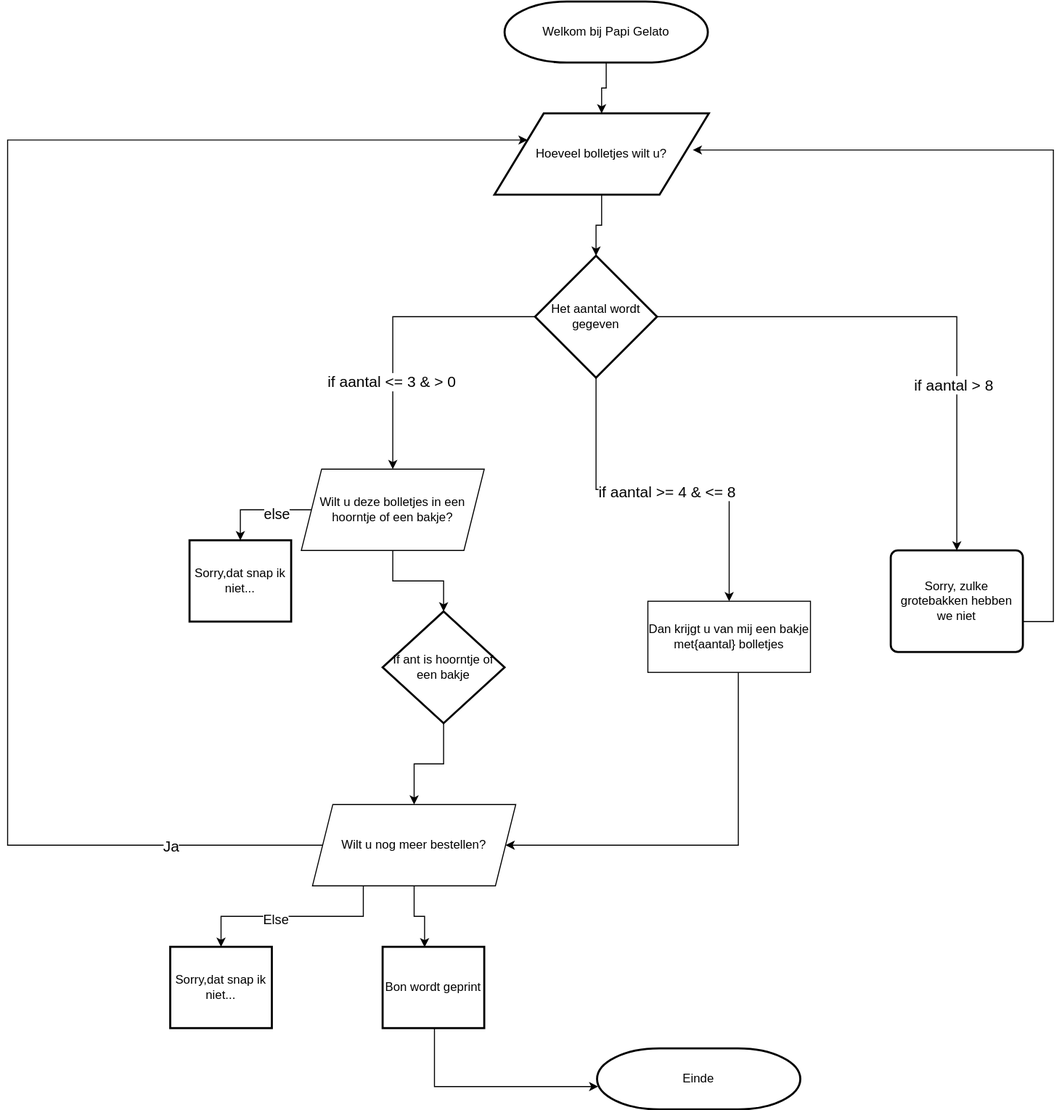
Above: Module_05/Proef A - Een DRY ijssalon/Papi-Gelato-flowcart.drawio.svg in Daryii/leren-programmeren (draw.io), before the change. Source tidied: cells renumbered, new cells last; positions are measured from the earlier drawing's top-left corner, leaving out a move shared by most shapes.
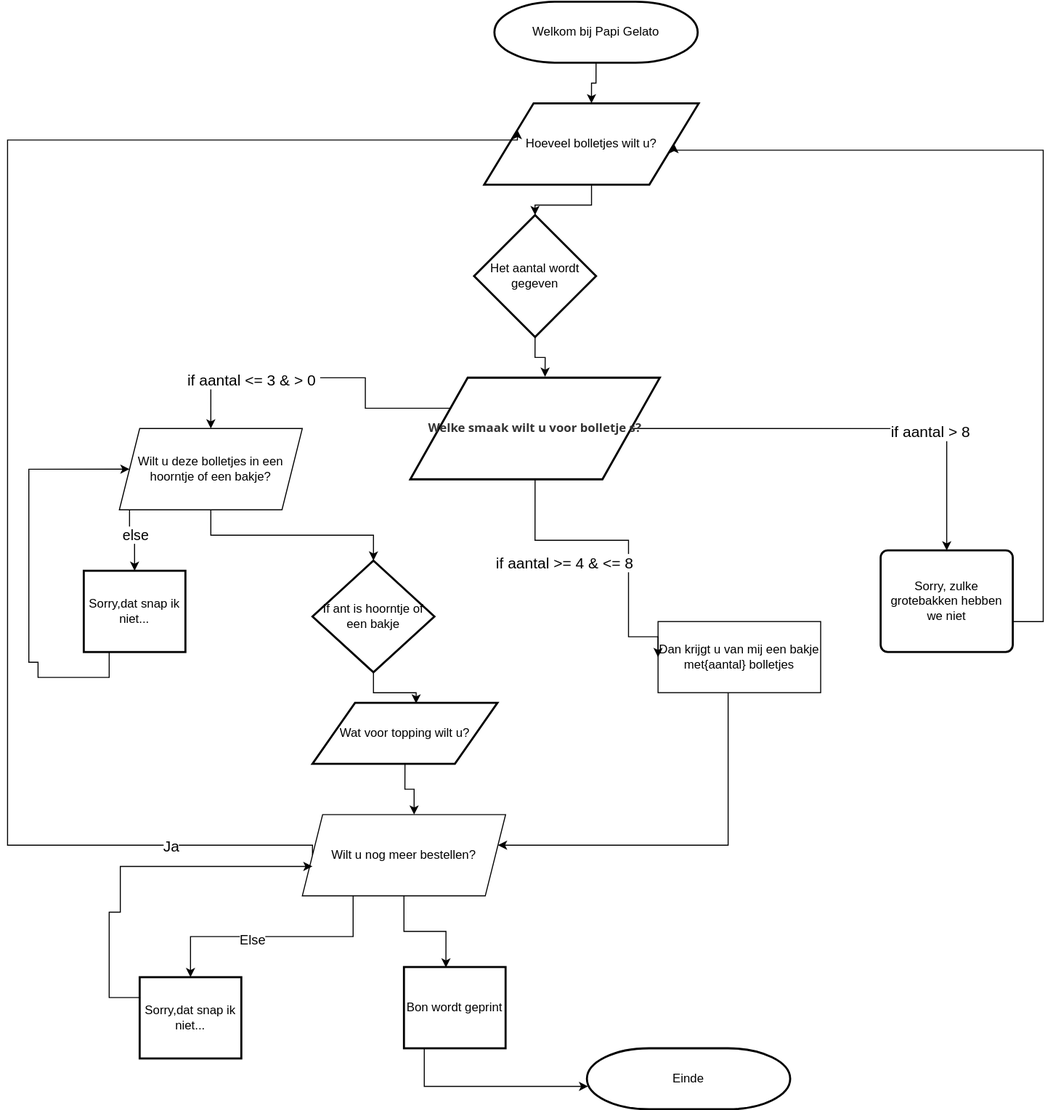
After the change.

Commit message:
pushing new flowcart

Change to the diagram source:
```diff
@@ -6,28 +6,41 @@
       <mxGeometry relative="1" as="geometry" />
     </mxCell>
     <mxCell id="3" value="Welkom bij Papi Gelato" style="strokeWidth=2;html=1;shape=mxgraph.flowchart.terminator;whiteSpace=wrap;rounded=0;" parent="1" vertex="1">
-      <mxGeometry x="489" width="200" height="60" as="geometry" />
+      <mxGeometry x="438.9" y="-430" width="200" height="60" as="geometry" />
     </mxCell>
     <mxCell id="4" style="edgeStyle=orthogonalEdgeStyle;rounded=0;jettySize=auto;html=1;entryX=0.5;entryY=0;entryDx=0;entryDy=0;" parent="1" edge="1" source="5" target="27">
       <mxGeometry relative="1" as="geometry" />
     </mxCell>
     <mxCell id="5" value="Hoeveel bolletjes wilt u?" style="shape=parallelogram;html=1;strokeWidth=2;perimeter=parallelogramPerimeter;whiteSpace=wrap;rounded=0;arcSize=12;size=0.23;" parent="1" vertex="1">
-      <mxGeometry x="479" y="110" width="211" height="80" as="geometry" />
+      <mxGeometry x="428.9" y="-330" width="211" height="80" as="geometry" />
     </mxCell>
     <mxCell id="6" style="edgeStyle=orthogonalEdgeStyle;rounded=0;jettySize=auto;html=1;exitX=0;exitY=0.5;exitDx=0;exitDy=0;entryX=0.5;entryY=0;entryDx=0;entryDy=0;" parent="1" edge="1" source="10" target="8">
       <mxGeometry relative="1" as="geometry" />
     </mxCell>
     <mxCell id="7" value="else" style="edgeLabel;html=1;align=center;verticalAlign=middle;rounded=0;fontSize=14;" parent="6" vertex="1">
-      <mxGeometry x="-0.3" y="4" relative="1" as="geometry" />
+      <mxGeometry x="-0.3" y="4" relative="1" as="geometry">
+        <mxPoint x="1" y="28" as="offset" />
+      </mxGeometry>
     </mxCell>
+    <mxCell id="34" style="edgeStyle=orthogonalEdgeStyle;rounded=0;jettySize=auto;html=1;exitX=0.5;exitY=1;exitDx=0;exitDy=0;entryX=0;entryY=0.5;entryDx=0;entryDy=0;" parent="1" edge="1" source="8" target="10">
+      <mxGeometry relative="1" as="geometry">
+        <Array as="points">
+          <mxPoint x="59.9" y="235" />
+          <mxPoint x="-10.1" y="235" />
+          <mxPoint x="-10.1" y="220" />
+          <mxPoint x="-19.1" y="220" />
+          <mxPoint x="-19.1" y="30" />
+        </Array>
+      </mxGeometry>
+    </mxCell>
     <mxCell id="8" value="Sorry,dat snap ik niet..." style="rounded=0;whiteSpace=wrap;html=1;absoluteArcSize=1;arcSize=14;strokeWidth=2;" parent="1" vertex="1">
-      <mxGeometry x="179" y="530" width="100" height="80" as="geometry" />
+      <mxGeometry x="34.9" y="130" width="100" height="80" as="geometry" />
     </mxCell>
     <mxCell id="9" style="edgeStyle=orthogonalEdgeStyle;rounded=0;jettySize=auto;html=1;exitX=0.5;exitY=1;exitDx=0;exitDy=0;entryX=0.5;entryY=0;entryDx=0;entryDy=0;entryPerimeter=0;" parent="1" edge="1" source="10" target="29">
       <mxGeometry relative="1" as="geometry" />
     </mxCell>
     <mxCell id="10" value="Wilt u deze bolletjes in een hoorntje of een bakje?" style="shape=parallelogram;perimeter=parallelogramPerimeter;whiteSpace=wrap;html=1;fixedSize=1;" parent="1" vertex="1">
-      <mxGeometry x="289" y="460" width="180" height="80" as="geometry" />
+      <mxGeometry x="69.9" y="-10" width="180" height="80" as="geometry" />
     </mxCell>
     <mxCell id="11" style="edgeStyle=orthogonalEdgeStyle;rounded=0;jettySize=auto;html=1;exitX=0.25;exitY=1;exitDx=0;exitDy=0;" parent="1" edge="1" source="16" target="18">
       <mxGeometry relative="1" as="geometry" />
@@ -38,8 +51,10 @@
     <mxCell id="13" style="edgeStyle=orthogonalEdgeStyle;rounded=0;jettySize=auto;html=1;exitX=0;exitY=0.5;exitDx=0;exitDy=0;entryX=0;entryY=0.25;entryDx=0;entryDy=0;" parent="1" edge="1" source="16" target="5">
       <mxGeometry relative="1" as="geometry">
         <Array as="points">
-          <mxPoint y="830" />
-          <mxPoint y="136" />
+          <mxPoint x="259.9" y="400" />
+          <mxPoint x="-40.1" y="400" />
+          <mxPoint x="-40.1" y="-294" />
+          <mxPoint x="461.9" y="-294" />
         </Array>
       </mxGeometry>
     </mxCell>
@@ -50,76 +65,113 @@
       <mxGeometry relative="1" as="geometry" />
     </mxCell>
     <mxCell id="16" value="Wilt u nog meer bestellen?" style="shape=parallelogram;perimeter=parallelogramPerimeter;whiteSpace=wrap;html=1;fixedSize=1;" parent="1" vertex="1">
-      <mxGeometry x="300" y="790" width="200" height="80" as="geometry" />
+      <mxGeometry x="249.9" y="370" width="200" height="80" as="geometry" />
     </mxCell>
     <mxCell id="17" value="Einde" style="strokeWidth=2;html=1;shape=mxgraph.flowchart.terminator;whiteSpace=wrap;rounded=0;" parent="1" vertex="1">
-      <mxGeometry x="580" y="1030" width="200" height="60" as="geometry" />
+      <mxGeometry x="529.9" y="600" width="200" height="60" as="geometry" />
     </mxCell>
+    <mxCell id="35" style="edgeStyle=orthogonalEdgeStyle;rounded=0;jettySize=auto;html=1;exitX=0;exitY=0.5;exitDx=0;exitDy=0;" parent="1" edge="1" source="18">
+      <mxGeometry relative="1" as="geometry">
+        <mxPoint x="259.9" y="421" as="targetPoint" />
+        <Array as="points">
+          <mxPoint x="59.9" y="550" />
+          <mxPoint x="59.9" y="466" />
+          <mxPoint x="70.9" y="466" />
+          <mxPoint x="70.9" y="421" />
+        </Array>
+      </mxGeometry>
+    </mxCell>
     <mxCell id="18" value="Sorry,dat snap ik niet..." style="rounded=0;whiteSpace=wrap;html=1;absoluteArcSize=1;arcSize=14;strokeWidth=2;" parent="1" vertex="1">
-      <mxGeometry x="160" y="930" width="100" height="80" as="geometry" />
+      <mxGeometry x="89.9" y="530" width="100" height="80" as="geometry" />
     </mxCell>
-    <mxCell id="19" style="edgeStyle=orthogonalEdgeStyle;rounded=0;jettySize=auto;html=1;entryX=0.925;entryY=0.45;entryDx=0;entryDy=0;entryPerimeter=0;" parent="1" edge="1" source="20" target="5">
+    <mxCell id="19" style="edgeStyle=orthogonalEdgeStyle;rounded=0;jettySize=auto;html=1;entryX=1;entryY=0.5;entryDx=0;entryDy=0;" parent="1" edge="1" source="20" target="5">
       <mxGeometry relative="1" as="geometry">
         <Array as="points">
-          <mxPoint x="1029" y="610" />
-          <mxPoint x="1029" y="146" />
+          <mxPoint x="978.9" y="180" />
+          <mxPoint x="978.9" y="-284" />
+          <mxPoint x="615.9" y="-284" />
         </Array>
       </mxGeometry>
     </mxCell>
     <mxCell id="20" value="Sorry,&amp;nbsp;zulke grotebakken hebben we niet" style="rounded=1;whiteSpace=wrap;html=1;absoluteArcSize=1;arcSize=14;strokeWidth=2;" parent="1" vertex="1">
-      <mxGeometry x="869" y="540" width="130" height="100" as="geometry" />
+      <mxGeometry x="818.9" y="110" width="130" height="100" as="geometry" />
     </mxCell>
-    <mxCell id="21" style="edgeStyle=orthogonalEdgeStyle;rounded=0;jettySize=auto;html=1;entryX=0.5;entryY=0;entryDx=0;entryDy=0;" parent="1" edge="1" source="27" target="31">
-      <mxGeometry relative="1" as="geometry" />
-    </mxCell>
-    <mxCell id="22" value="if aantal &amp;gt;= 4 &amp;amp; &amp;lt;= 8&amp;nbsp;" style="edgeLabel;html=1;align=center;verticalAlign=middle;fontSize=15;" parent="21" vertex="1">
-      <mxGeometry x="-0.4" y="-1" relative="1" as="geometry">
-        <mxPoint x="72" y="5" as="offset" />
-      </mxGeometry>
-    </mxCell>
-    <mxCell id="23" style="edgeStyle=orthogonalEdgeStyle;rounded=0;jettySize=auto;html=1;exitX=1;exitY=0.5;exitDx=0;exitDy=0;entryX=0.5;entryY=0;entryDx=0;entryDy=0;" parent="1" edge="1" source="27" target="20">
+    <mxCell id="23" style="edgeStyle=orthogonalEdgeStyle;rounded=0;jettySize=auto;html=1;entryX=0.5;entryY=0;entryDx=0;entryDy=0;exitX=1;exitY=0.5;exitDx=0;exitDy=0;" parent="1" edge="1" source="38" target="20">
       <mxGeometry relative="1" as="geometry" />
     </mxCell>
     <mxCell id="24" value="&lt;font style=&quot;font-size: 15px;&quot;&gt;if aantal &amp;gt; 8&amp;nbsp;&lt;/font&gt;" style="edgeLabel;html=1;align=center;verticalAlign=middle;" parent="23" vertex="1">
       <mxGeometry x="0.38" y="-2" relative="1" as="geometry" />
     </mxCell>
-    <mxCell id="25" style="edgeStyle=orthogonalEdgeStyle;rounded=0;jettySize=auto;html=1;exitX=0;exitY=0.5;exitDx=0;exitDy=0;entryX=0.5;entryY=0;entryDx=0;entryDy=0;" parent="1" edge="1" source="27" target="10">
-      <mxGeometry relative="1" as="geometry" />
+    <mxCell id="25" style="edgeStyle=orthogonalEdgeStyle;rounded=0;jettySize=auto;html=1;entryX=0.5;entryY=0;entryDx=0;entryDy=0;" parent="1" edge="1" source="38" target="10">
+      <mxGeometry relative="1" as="geometry">
+        <Array as="points">
+          <mxPoint x="311.9" y="-30" />
+          <mxPoint x="311.9" y="-60" />
+          <mxPoint x="159.9" y="-60" />
+        </Array>
+      </mxGeometry>
     </mxCell>
     <mxCell id="26" value="&lt;font style=&quot;font-size: 15px;&quot;&gt;if aantal &amp;lt;= 3 &amp;amp; &amp;gt; 0&amp;nbsp;&lt;/font&gt;" style="edgeLabel;html=1;align=center;verticalAlign=middle;" parent="25" vertex="1">
       <mxGeometry x="0.39" relative="1" as="geometry">
-        <mxPoint y="1" as="offset" />
+        <mxPoint x="-4" y="1" as="offset" />
       </mxGeometry>
     </mxCell>
+    <mxCell id="36" style="edgeStyle=orthogonalEdgeStyle;rounded=0;jettySize=auto;html=1;exitX=0.5;exitY=1;exitDx=0;exitDy=0;entryX=0.54;entryY=-0.009;entryDx=0;entryDy=0;entryPerimeter=0;" parent="1" edge="1" source="27" target="38">
+      <mxGeometry relative="1" as="geometry" />
+    </mxCell>
     <mxCell id="27" value="Het aantal wordt gegeven" style="rhombus;whiteSpace=wrap;html=1;strokeWidth=2;rounded=0;arcSize=12;" parent="1" vertex="1">
-      <mxGeometry x="519" y="250" width="120" height="120" as="geometry" />
+      <mxGeometry x="418.9" y="-220" width="120" height="120" as="geometry" />
     </mxCell>
-    <mxCell id="28" style="edgeStyle=orthogonalEdgeStyle;rounded=0;jettySize=auto;html=1;exitX=0.5;exitY=1;exitDx=0;exitDy=0;exitPerimeter=0;entryX=0.5;entryY=0;entryDx=0;entryDy=0;" parent="1" edge="1" source="29" target="16">
-      <mxGeometry relative="1" as="geometry" />
-    </mxCell>
+    <mxCell id="37" style="edgeStyle=orthogonalEdgeStyle;rounded=0;jettySize=auto;html=1;exitX=0.5;exitY=1;exitDx=0;exitDy=0;exitPerimeter=0;entryX=0.56;entryY=0.011;entryDx=0;entryDy=0;entryPerimeter=0;" parent="1" edge="1" source="29" target="41">
+      <mxGeometry relative="1" as="geometry" />
+    </mxCell>
     <mxCell id="29" value="If ant is hoorntje of een bakje" style="strokeWidth=2;html=1;shape=mxgraph.flowchart.decision;whiteSpace=wrap;" parent="1" vertex="1">
-      <mxGeometry x="369" y="600" width="120" height="110" as="geometry" />
+      <mxGeometry x="259.9" y="120" width="120" height="110" as="geometry" />
     </mxCell>
     <mxCell id="30" style="edgeStyle=orthogonalEdgeStyle;rounded=0;jettySize=auto;html=1;" parent="1" edge="1" source="31" target="16">
       <mxGeometry relative="1" as="geometry">
         <Array as="points">
-          <mxPoint x="719" y="830" />
+          <mxPoint x="668.9" y="400" />
         </Array>
       </mxGeometry>
     </mxCell>
     <mxCell id="31" value="Dan krijgt u van mij een bakje met{aantal} bolletjes" style="rounded=0;whiteSpace=wrap;html=1;" parent="1" vertex="1">
-      <mxGeometry x="630" y="590" width="160" height="70" as="geometry" />
+      <mxGeometry x="599.9" y="180" width="160" height="70" as="geometry" />
     </mxCell>
     <mxCell id="32" style="edgeStyle=orthogonalEdgeStyle;rounded=0;jettySize=auto;html=1;exitX=0.5;exitY=1;exitDx=0;exitDy=0;entryX=0.006;entryY=0.625;entryDx=0;entryDy=0;entryPerimeter=0;" parent="1" edge="1" source="33" target="17">
       <mxGeometry relative="1" as="geometry">
         <Array as="points">
-          <mxPoint x="420" y="1010" />
-          <mxPoint x="420" y="1068" />
+          <mxPoint x="369.9" y="580" />
+          <mxPoint x="369.9" y="638" />
         </Array>
       </mxGeometry>
     </mxCell>
     <mxCell id="33" value="Bon wordt geprint" style="rounded=0;whiteSpace=wrap;html=1;absoluteArcSize=1;arcSize=14;strokeWidth=2;" parent="1" vertex="1">
-      <mxGeometry x="369" y="930" width="100" height="80" as="geometry" />
+      <mxGeometry x="349.9" y="520" width="100" height="80" as="geometry" />
     </mxCell>
+    <mxCell id="38" value="&lt;strong style=&quot;color: rgb(51, 51, 51); font-family: &amp;quot;Open Sans&amp;quot;, Helvetica, Arial, sans-serif; text-align: left; box-sizing: inherit;&quot;&gt;&lt;font style=&quot;font-size: 12px;&quot;&gt;Welke smaak wilt u voor bolletje s?&lt;/font&gt;&lt;/strong&gt;" style="shape=parallelogram;html=1;strokeWidth=2;perimeter=parallelogramPerimeter;whiteSpace=wrap;rounded=0;arcSize=12;size=0.23;" parent="1" vertex="1">
+      <mxGeometry x="356.2" y="-60" width="245.5" height="100" as="geometry" />
+    </mxCell>
+    <mxCell id="39" style="edgeStyle=orthogonalEdgeStyle;rounded=0;jettySize=auto;html=1;exitX=0.5;exitY=1;exitDx=0;exitDy=0;entryX=0;entryY=0.5;entryDx=0;entryDy=0;" parent="1" edge="1" source="38" target="31">
+      <mxGeometry relative="1" as="geometry">
+        <Array as="points">
+          <mxPoint x="478.9" y="100" />
+          <mxPoint x="570.9" y="100" />
+          <mxPoint x="570.9" y="195" />
+          <mxPoint x="599.9" y="195" />
+        </Array>
+      </mxGeometry>
+    </mxCell>
+    <mxCell id="22" value="if aantal &amp;gt;= 4 &amp;amp; &amp;lt;= 8&amp;nbsp;" style="edgeLabel;html=1;align=center;verticalAlign=middle;fontSize=15;" parent="39" vertex="1">
+      <mxGeometry x="-0.4" y="-1" relative="1" as="geometry">
+        <mxPoint x="1" y="20" as="offset" />
+      </mxGeometry>
+    </mxCell>
+    <mxCell id="40" style="edgeStyle=orthogonalEdgeStyle;rounded=0;jettySize=auto;html=1;exitX=0.5;exitY=1;exitDx=0;exitDy=0;entryX=0.55;entryY=0;entryDx=0;entryDy=0;entryPerimeter=0;" parent="1" edge="1" source="41" target="16">
+      <mxGeometry relative="1" as="geometry" />
+    </mxCell>
+    <mxCell id="41" value="Wat voor topping wilt u?" style="shape=parallelogram;html=1;strokeWidth=2;perimeter=parallelogramPerimeter;whiteSpace=wrap;rounded=0;arcSize=12;size=0.23;" parent="1" vertex="1">
+      <mxGeometry x="259.9" y="260" width="182" height="60" as="geometry" />
+    </mxCell>
   </root>
 </mxGraphModel>
```
